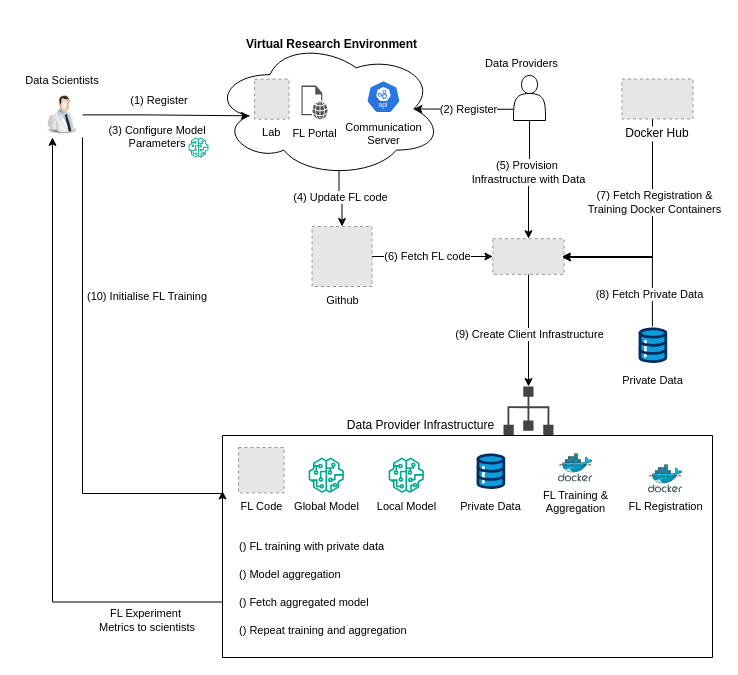
This is Thesis/Workflow.drawio from anandanlk/Drawings, a draw.io file, before an edit. Source tidied: cells renumbered, new cells numbered last; positions are measured from the earlier drawing's top-left corner, leaving out a move shared by most shapes. Both pictures are drawn from the tidied source at 100%, with x=0, y=0 at pixel (17, 17). Pictures stored in the file or linked from it are replaced by grey dashed boxes.
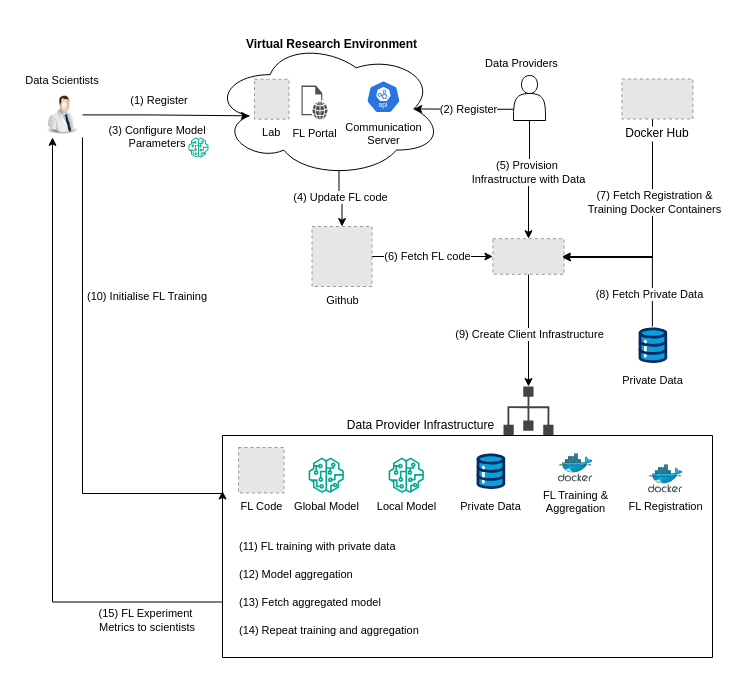
After the change.

The change refers to these unchanged cells:
```xml
<mxCell id="37" style="swimlane;startSize=0;" parent="1" vertex="1">
  <mxGeometry x="205" y="418" width="490" height="222" as="geometry" />
</mxCell>
```

Diff of the diagram source:
```diff
@@
-    <mxCell id="10" value="FL Experiment&amp;nbsp;&lt;div&gt;Metrics to scientists&lt;/div&gt;" style="text;html=1;align=center;verticalAlign=middle;whiteSpace=wrap;rounded=0;fontSize=11;" parent="1" vertex="1">
+    <mxCell id="10" value="(15) FL Experiment&amp;nbsp;&lt;div&gt;Metrics to scientists&lt;/div&gt;" style="text;html=1;align=center;verticalAlign=middle;whiteSpace=wrap;rounded=0;fontSize=11;" parent="1" vertex="1">
       <mxGeometry x="60" y="593" width="140" height="20" as="geometry" />
     </mxCell>
@@
-    <mxCell id="44" value="() FL training with private data" style="text;html=1;align=left;verticalAlign=top;whiteSpace=wrap;rounded=0;spacingTop=0;spacing=2;fontSize=11;" parent="37" vertex="1">
+    <mxCell id="44" value="(11) FL training with private data" style="text;html=1;align=left;verticalAlign=top;whiteSpace=wrap;rounded=0;spacingTop=0;spacing=2;fontSize=11;" parent="37" vertex="1">
       <mxGeometry x="14.8" y="98" width="265.2" height="28" as="geometry" />
     </mxCell>
-    <mxCell id="45" value="() Model aggregation" style="text;html=1;align=left;verticalAlign=top;whiteSpace=wrap;rounded=0;spacingTop=0;spacing=2;fontSize=11;" parent="37" vertex="1">
+    <mxCell id="45" value="(12) Model aggregation" style="text;html=1;align=left;verticalAlign=top;whiteSpace=wrap;rounded=0;spacingTop=0;spacing=2;fontSize=11;" parent="37" vertex="1">
       <mxGeometry x="14.8" y="126" width="265.2" height="28" as="geometry" />
     </mxCell>
-    <mxCell id="46" value="() Fetch aggregated model" style="text;html=1;align=left;verticalAlign=top;whiteSpace=wrap;rounded=0;spacingTop=0;spacing=2;fontSize=11;" parent="37" vertex="1">
+    <mxCell id="46" value="(13) Fetch aggregated model" style="text;html=1;align=left;verticalAlign=top;whiteSpace=wrap;rounded=0;spacingTop=0;spacing=2;fontSize=11;" parent="37" vertex="1">
       <mxGeometry x="15.1" y="154" width="265.2" height="28" as="geometry" />
     </mxCell>
-    <mxCell id="47" value="() Repeat training and aggregation" style="text;html=1;align=left;verticalAlign=top;whiteSpace=wrap;rounded=0;spacingTop=0;spacing=2;fontSize=11;" parent="37" vertex="1">
+    <mxCell id="47" value="(14) Repeat training and aggregation" style="text;html=1;align=left;verticalAlign=top;whiteSpace=wrap;rounded=0;spacingTop=0;spacing=2;fontSize=11;" parent="37" vertex="1">
       <mxGeometry x="15.1" y="182" width="265.2" height="28" as="geometry" />
     </mxCell>
```
